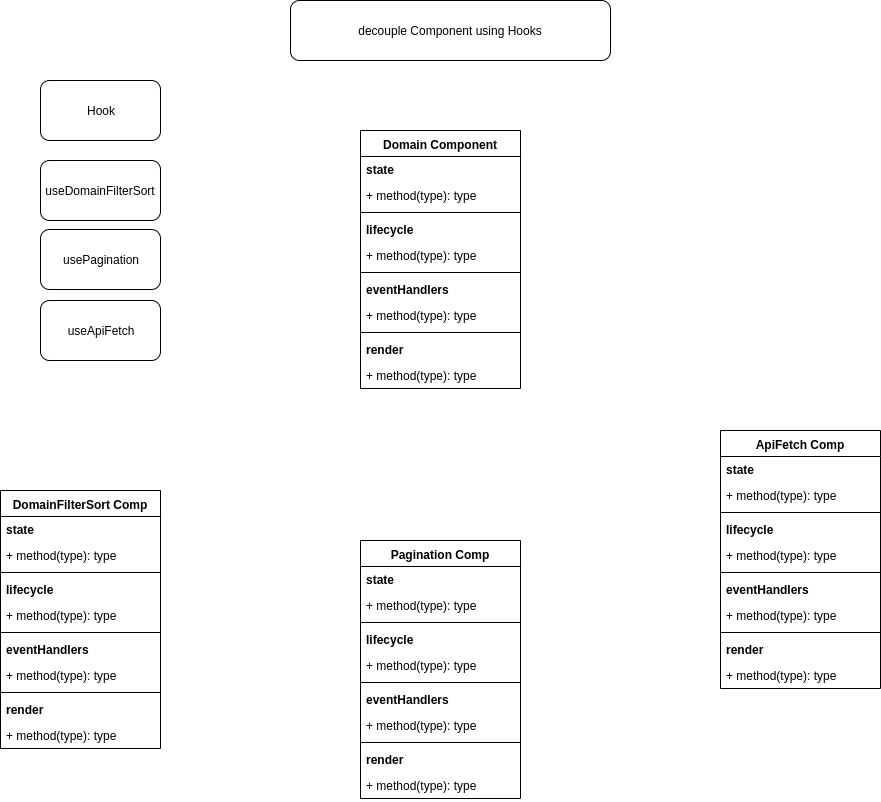
Before: hook_decoupling.PNG, a diagram exported from draw.io (stsiwo/react_redux_concept). Source tidied: cells renumbered, new cells last; positions are measured from the earlier drawing's top-left corner, leaving out a move shared by most shapes.
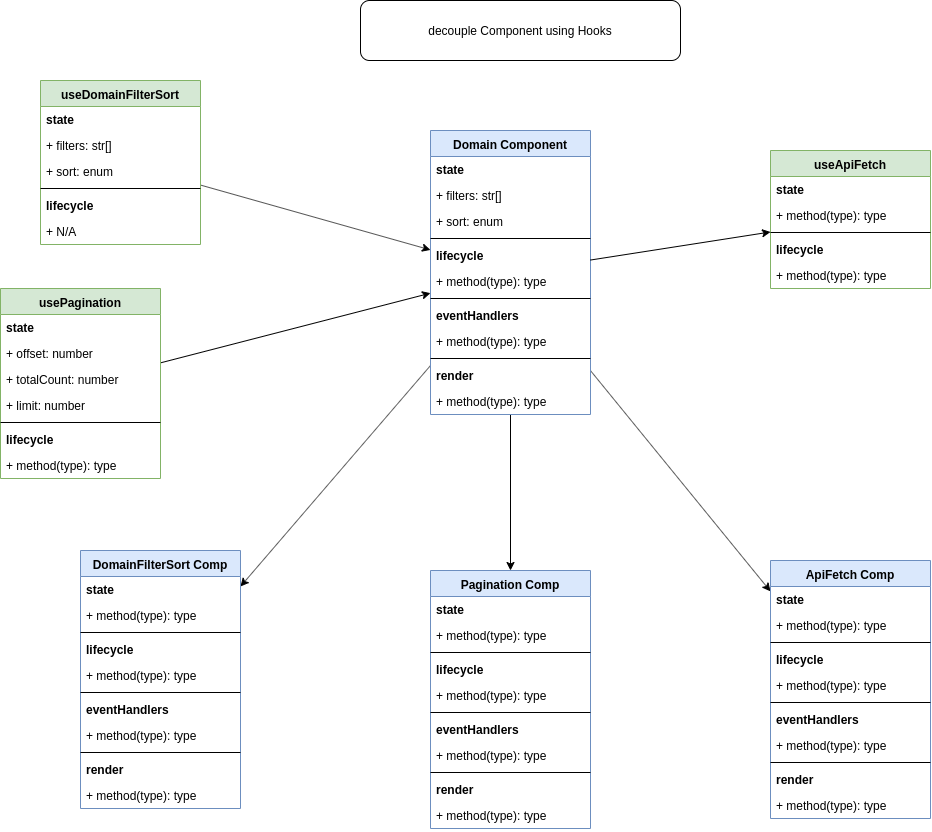
After the commit.

Diff of the diagram source:
```diff
@@ -5,47 +5,56 @@
     <mxCell id="2" value="decouple Component using Hooks" style="rounded=1;whiteSpace=wrap;html=1;" parent="1" vertex="1">
       <mxGeometry x="290" width="320" height="60" as="geometry" />
     </mxCell>
-    <mxCell id="3" value="Hook" style="rounded=1;whiteSpace=wrap;html=1;" parent="1" vertex="1">
-      <mxGeometry x="40" y="80" width="120" height="60" as="geometry" />
-    </mxCell>
+    <mxCell id="55" style="edgeStyle=none;rounded=0;jettySize=auto;html=1;" parent="1" edge="1" source="4" target="16">
+      <mxGeometry relative="1" as="geometry" />
+    </mxCell>
+    <mxCell id="56" style="edgeStyle=none;rounded=0;jettySize=auto;html=1;entryX=0.5;entryY=0;entryDx=0;entryDy=0;" parent="1" edge="1" source="4" target="31">
+      <mxGeometry relative="1" as="geometry" />
+    </mxCell>
+    <mxCell id="57" style="edgeStyle=none;rounded=0;jettySize=auto;html=1;" parent="1" edge="1" source="4" target="43">
+      <mxGeometry relative="1" as="geometry" />
+    </mxCell>
-    <mxCell id="4" value="Domain Component" style="swimlane;fontStyle=1;align=center;verticalAlign=top;horizontal=1;startSize=26;" parent="1" vertex="1">
-      <mxGeometry x="360" y="130" width="160" height="258" as="geometry" />
+    <mxCell id="4" value="Domain Component" style="swimlane;fontStyle=1;align=center;verticalAlign=top;horizontal=1;startSize=26;fillColor=#dae8fc;strokeColor=#6c8ebf;" parent="1" vertex="1">
+      <mxGeometry x="360" y="130" width="160" height="284" as="geometry" />
     </mxCell>
     <mxCell id="5" value="state" style="text;strokeColor=none;fillColor=none;align=left;verticalAlign=top;spacingLeft=4;spacingRight=4;overflow=hidden;fontStyle=1;" parent="4" vertex="1">
       <mxGeometry y="26" width="160" height="26" as="geometry" />
     </mxCell>
-    <mxCell id="6" value="+ method(type): type" style="text;strokeColor=none;fillColor=none;align=left;verticalAlign=top;spacingLeft=4;spacingRight=4;overflow=hidden;" parent="4" vertex="1">
+    <mxCell id="6" value="+ filters: str[]" style="text;strokeColor=none;fillColor=none;align=left;verticalAlign=top;spacingLeft=4;spacingRight=4;overflow=hidden;" parent="4" vertex="1">
       <mxGeometry y="52" width="160" height="26" as="geometry" />
     </mxCell>
+    <mxCell id="58" value="+ sort: enum" style="text;strokeColor=none;fillColor=none;align=left;verticalAlign=top;spacingLeft=4;spacingRight=4;overflow=hidden;" parent="4" vertex="1">
+      <mxGeometry y="78" width="160" height="26" as="geometry" />
+    </mxCell>
     <mxCell id="7" style="line;strokeWidth=1;fillColor=none;align=left;verticalAlign=middle;spacingTop=-1;spacingLeft=3;spacingRight=3;labelPosition=right;" parent="4" vertex="1">
-      <mxGeometry y="78" width="160" height="8" as="geometry" />
+      <mxGeometry y="104" width="160" height="8" as="geometry" />
     </mxCell>
     <mxCell id="8" value="lifecycle" style="text;strokeColor=none;fillColor=none;align=left;verticalAlign=top;spacingLeft=4;spacingRight=4;overflow=hidden;fontStyle=1;" parent="4" vertex="1">
-      <mxGeometry y="86" width="160" height="26" as="geometry" />
+      <mxGeometry y="112" width="160" height="26" as="geometry" />
     </mxCell>
     <mxCell id="9" value="+ method(type): type" style="text;strokeColor=none;fillColor=none;align=left;verticalAlign=top;spacingLeft=4;spacingRight=4;overflow=hidden;" parent="4" vertex="1">
-      <mxGeometry y="112" width="160" height="26" as="geometry" />
+      <mxGeometry y="138" width="160" height="26" as="geometry" />
     </mxCell>
     <mxCell id="10" style="line;strokeWidth=1;fillColor=none;align=left;verticalAlign=middle;spacingTop=-1;spacingLeft=3;spacingRight=3;labelPosition=right;" parent="4" vertex="1">
-      <mxGeometry y="138" width="160" height="8" as="geometry" />
+      <mxGeometry y="164" width="160" height="8" as="geometry" />
     </mxCell>
     <mxCell id="11" value="eventHandlers" style="text;strokeColor=none;fillColor=none;align=left;verticalAlign=top;spacingLeft=4;spacingRight=4;overflow=hidden;fontStyle=1;" parent="4" vertex="1">
-      <mxGeometry y="146" width="160" height="26" as="geometry" />
+      <mxGeometry y="172" width="160" height="26" as="geometry" />
     </mxCell>
     <mxCell id="12" value="+ method(type): type" style="text;strokeColor=none;fillColor=none;align=left;verticalAlign=top;spacingLeft=4;spacingRight=4;overflow=hidden;" parent="4" vertex="1">
-      <mxGeometry y="172" width="160" height="26" as="geometry" />
+      <mxGeometry y="198" width="160" height="26" as="geometry" />
     </mxCell>
     <mxCell id="13" style="line;strokeWidth=1;fillColor=none;align=left;verticalAlign=middle;spacingTop=-1;spacingLeft=3;spacingRight=3;labelPosition=right;" parent="4" vertex="1">
-      <mxGeometry y="198" width="160" height="8" as="geometry" />
+      <mxGeometry y="224" width="160" height="8" as="geometry" />
     </mxCell>
     <mxCell id="14" value="render" style="text;strokeColor=none;fillColor=none;align=left;verticalAlign=top;spacingLeft=4;spacingRight=4;overflow=hidden;fontStyle=1;" parent="4" vertex="1">
-      <mxGeometry y="206" width="160" height="26" as="geometry" />
+      <mxGeometry y="232" width="160" height="26" as="geometry" />
     </mxCell>
     <mxCell id="15" value="+ method(type): type" style="text;strokeColor=none;fillColor=none;align=left;verticalAlign=top;spacingLeft=4;spacingRight=4;overflow=hidden;" parent="4" vertex="1">
-      <mxGeometry y="232" width="160" height="26" as="geometry" />
+      <mxGeometry y="258" width="160" height="26" as="geometry" />
     </mxCell>
-    <mxCell id="16" value="DomainFilterSort Comp" style="swimlane;fontStyle=1;align=center;verticalAlign=top;horizontal=1;startSize=26;" parent="1" vertex="1">
-      <mxGeometry y="490" width="160" height="258" as="geometry" />
+    <mxCell id="16" value="DomainFilterSort Comp" style="swimlane;fontStyle=1;align=center;verticalAlign=top;horizontal=1;startSize=26;fillColor=#dae8fc;strokeColor=#6c8ebf;" parent="1" vertex="1">
+      <mxGeometry x="10" y="550" width="160" height="258" as="geometry" />
     </mxCell>
     <mxCell id="17" value="state" style="text;strokeColor=none;fillColor=none;align=left;verticalAlign=top;spacingLeft=4;spacingRight=4;overflow=hidden;fontStyle=1;" parent="16" vertex="1">
       <mxGeometry y="26" width="160" height="26" as="geometry" />
@@ -80,17 +89,8 @@
     <mxCell id="27" value="+ method(type): type" style="text;strokeColor=none;fillColor=none;align=left;verticalAlign=top;spacingLeft=4;spacingRight=4;overflow=hidden;" parent="16" vertex="1">
       <mxGeometry y="232" width="160" height="26" as="geometry" />
     </mxCell>
-    <mxCell id="28" value="useDomainFilterSort" style="rounded=1;whiteSpace=wrap;html=1;" parent="1" vertex="1">
-      <mxGeometry x="40" y="160" width="120" height="60" as="geometry" />
-    </mxCell>
-    <mxCell id="29" value="usePagination" style="rounded=1;whiteSpace=wrap;html=1;" parent="1" vertex="1">
-      <mxGeometry x="40" y="229" width="120" height="60" as="geometry" />
-    </mxCell>
-    <mxCell id="30" value="useApiFetch" style="rounded=1;whiteSpace=wrap;html=1;" parent="1" vertex="1">
-      <mxGeometry x="40" y="300" width="120" height="60" as="geometry" />
-    </mxCell>
-    <mxCell id="31" value="Pagination Comp" style="swimlane;fontStyle=1;align=center;verticalAlign=top;horizontal=1;startSize=26;" parent="1" vertex="1">
-      <mxGeometry x="360" y="540" width="160" height="258" as="geometry" />
+    <mxCell id="31" value="Pagination Comp" style="swimlane;fontStyle=1;align=center;verticalAlign=top;horizontal=1;startSize=26;fillColor=#dae8fc;strokeColor=#6c8ebf;" parent="1" vertex="1">
+      <mxGeometry x="360" y="570" width="160" height="258" as="geometry" />
     </mxCell>
     <mxCell id="32" value="state" style="text;strokeColor=none;fillColor=none;align=left;verticalAlign=top;spacingLeft=4;spacingRight=4;overflow=hidden;fontStyle=1;" parent="31" vertex="1">
       <mxGeometry y="26" width="160" height="26" as="geometry" />
@@ -125,8 +125,8 @@
     <mxCell id="42" value="+ method(type): type" style="text;strokeColor=none;fillColor=none;align=left;verticalAlign=top;spacingLeft=4;spacingRight=4;overflow=hidden;" parent="31" vertex="1">
       <mxGeometry y="232" width="160" height="26" as="geometry" />
     </mxCell>
-    <mxCell id="43" value="ApiFetch Comp" style="swimlane;fontStyle=1;align=center;verticalAlign=top;horizontal=1;startSize=26;" parent="1" vertex="1">
-      <mxGeometry x="720" y="430" width="160" height="258" as="geometry" />
+    <mxCell id="43" value="ApiFetch Comp" style="swimlane;fontStyle=1;align=center;verticalAlign=top;horizontal=1;startSize=26;fillColor=#dae8fc;strokeColor=#6c8ebf;" parent="1" vertex="1">
+      <mxGeometry x="700" y="560" width="160" height="258" as="geometry" />
     </mxCell>
     <mxCell id="44" value="state" style="text;strokeColor=none;fillColor=none;align=left;verticalAlign=top;spacingLeft=4;spacingRight=4;overflow=hidden;fontStyle=1;" parent="43" vertex="1">
       <mxGeometry y="26" width="160" height="26" as="geometry" />
@@ -161,5 +161,77 @@
     <mxCell id="54" value="+ method(type): type" style="text;strokeColor=none;fillColor=none;align=left;verticalAlign=top;spacingLeft=4;spacingRight=4;overflow=hidden;" parent="43" vertex="1">
       <mxGeometry y="232" width="160" height="26" as="geometry" />
     </mxCell>
+    <mxCell id="59" style="edgeStyle=none;rounded=0;jettySize=auto;html=1;" parent="1" edge="1" source="28" target="4">
+      <mxGeometry relative="1" as="geometry" />
+    </mxCell>
+    <mxCell id="28" value="useDomainFilterSort" style="swimlane;fontStyle=1;align=center;verticalAlign=top;horizontal=1;startSize=26;fillColor=#d5e8d4;strokeColor=#82b366;" parent="1" vertex="1">
+      <mxGeometry x="-30" y="80" width="160" height="164" as="geometry" />
+    </mxCell>
+    <mxCell id="60" value="state" style="text;strokeColor=none;fillColor=none;align=left;verticalAlign=top;spacingLeft=4;spacingRight=4;overflow=hidden;fontStyle=1;" parent="28" vertex="1">
+      <mxGeometry y="26" width="160" height="26" as="geometry" />
+    </mxCell>
+    <mxCell id="61" value="+ filters: str[]" style="text;strokeColor=none;fillColor=none;align=left;verticalAlign=top;spacingLeft=4;spacingRight=4;overflow=hidden;" parent="28" vertex="1">
+      <mxGeometry y="52" width="160" height="26" as="geometry" />
+    </mxCell>
+    <mxCell id="62" value="+ sort: enum" style="text;strokeColor=none;fillColor=none;align=left;verticalAlign=top;spacingLeft=4;spacingRight=4;overflow=hidden;" parent="28" vertex="1">
+      <mxGeometry y="78" width="160" height="26" as="geometry" />
+    </mxCell>
+    <mxCell id="63" style="line;strokeWidth=1;fillColor=none;align=left;verticalAlign=middle;spacingTop=-1;spacingLeft=3;spacingRight=3;labelPosition=right;" parent="28" vertex="1">
+      <mxGeometry y="104" width="160" height="8" as="geometry" />
+    </mxCell>
+    <mxCell id="64" value="lifecycle" style="text;strokeColor=none;fillColor=none;align=left;verticalAlign=top;spacingLeft=4;spacingRight=4;overflow=hidden;fontStyle=1;" parent="28" vertex="1">
+      <mxGeometry y="112" width="160" height="26" as="geometry" />
+    </mxCell>
+    <mxCell id="65" value="+ N/A" style="text;strokeColor=none;fillColor=none;align=left;verticalAlign=top;spacingLeft=4;spacingRight=4;overflow=hidden;" parent="28" vertex="1">
+      <mxGeometry y="138" width="160" height="26" as="geometry" />
+    </mxCell>
+    <mxCell id="66" style="edgeStyle=none;rounded=0;jettySize=auto;html=1;" parent="1" edge="1" source="29" target="4">
+      <mxGeometry relative="1" as="geometry" />
+    </mxCell>
+    <mxCell id="29" value="usePagination" style="swimlane;fontStyle=1;align=center;verticalAlign=top;horizontal=1;startSize=26;fillColor=#d5e8d4;strokeColor=#82b366;" parent="1" vertex="1">
+      <mxGeometry x="-70" y="288" width="160" height="190" as="geometry" />
+    </mxCell>
+    <mxCell id="67" value="state" style="text;strokeColor=none;fillColor=none;align=left;verticalAlign=top;spacingLeft=4;spacingRight=4;overflow=hidden;fontStyle=1;" parent="29" vertex="1">
+      <mxGeometry y="26" width="160" height="26" as="geometry" />
+    </mxCell>
+    <mxCell id="68" value="+ offset: number" style="text;strokeColor=none;fillColor=none;align=left;verticalAlign=top;spacingLeft=4;spacingRight=4;overflow=hidden;" parent="29" vertex="1">
+      <mxGeometry y="52" width="160" height="26" as="geometry" />
+    </mxCell>
+    <mxCell id="69" value="+ totalCount: number" style="text;strokeColor=none;fillColor=none;align=left;verticalAlign=top;spacingLeft=4;spacingRight=4;overflow=hidden;" parent="29" vertex="1">
+      <mxGeometry y="78" width="160" height="26" as="geometry" />
+    </mxCell>
+    <mxCell id="70" value="+ limit: number" style="text;strokeColor=none;fillColor=none;align=left;verticalAlign=top;spacingLeft=4;spacingRight=4;overflow=hidden;" parent="29" vertex="1">
+      <mxGeometry y="104" width="160" height="26" as="geometry" />
+    </mxCell>
+    <mxCell id="71" style="line;strokeWidth=1;fillColor=none;align=left;verticalAlign=middle;spacingTop=-1;spacingLeft=3;spacingRight=3;labelPosition=right;" parent="29" vertex="1">
+      <mxGeometry y="130" width="160" height="8" as="geometry" />
+    </mxCell>
+    <mxCell id="72" value="lifecycle" style="text;strokeColor=none;fillColor=none;align=left;verticalAlign=top;spacingLeft=4;spacingRight=4;overflow=hidden;fontStyle=1;" parent="29" vertex="1">
+      <mxGeometry y="138" width="160" height="26" as="geometry" />
+    </mxCell>
+    <mxCell id="73" value="+ method(type): type" style="text;strokeColor=none;fillColor=none;align=left;verticalAlign=top;spacingLeft=4;spacingRight=4;overflow=hidden;" parent="29" vertex="1">
+      <mxGeometry y="164" width="160" height="26" as="geometry" />
+    </mxCell>
+    <mxCell id="30" value="useApiFetch" style="swimlane;fontStyle=1;align=center;verticalAlign=top;horizontal=1;startSize=26;fillColor=#d5e8d4;strokeColor=#82b366;" parent="1" vertex="1">
+      <mxGeometry x="700" y="150" width="160" height="138" as="geometry" />
+    </mxCell>
+    <mxCell id="74" value="state" style="text;strokeColor=none;fillColor=none;align=left;verticalAlign=top;spacingLeft=4;spacingRight=4;overflow=hidden;fontStyle=1;" parent="30" vertex="1">
+      <mxGeometry y="26" width="160" height="26" as="geometry" />
+    </mxCell>
+    <mxCell id="75" value="+ method(type): type" style="text;strokeColor=none;fillColor=none;align=left;verticalAlign=top;spacingLeft=4;spacingRight=4;overflow=hidden;" parent="30" vertex="1">
+      <mxGeometry y="52" width="160" height="26" as="geometry" />
+    </mxCell>
+    <mxCell id="76" style="line;strokeWidth=1;fillColor=none;align=left;verticalAlign=middle;spacingTop=-1;spacingLeft=3;spacingRight=3;labelPosition=right;" parent="30" vertex="1">
+      <mxGeometry y="78" width="160" height="8" as="geometry" />
+    </mxCell>
+    <mxCell id="77" value="lifecycle" style="text;strokeColor=none;fillColor=none;align=left;verticalAlign=top;spacingLeft=4;spacingRight=4;overflow=hidden;fontStyle=1;" parent="30" vertex="1">
+      <mxGeometry y="86" width="160" height="26" as="geometry" />
+    </mxCell>
+    <mxCell id="78" value="+ method(type): type" style="text;strokeColor=none;fillColor=none;align=left;verticalAlign=top;spacingLeft=4;spacingRight=4;overflow=hidden;" parent="30" vertex="1">
+      <mxGeometry y="112" width="160" height="26" as="geometry" />
+    </mxCell>
+    <mxCell id="79" style="edgeStyle=none;rounded=0;jettySize=auto;html=1;" parent="1" edge="1" source="4" target="30">
+      <mxGeometry relative="1" as="geometry" />
+    </mxCell>
   </root>
 </mxGraphModel>
```
